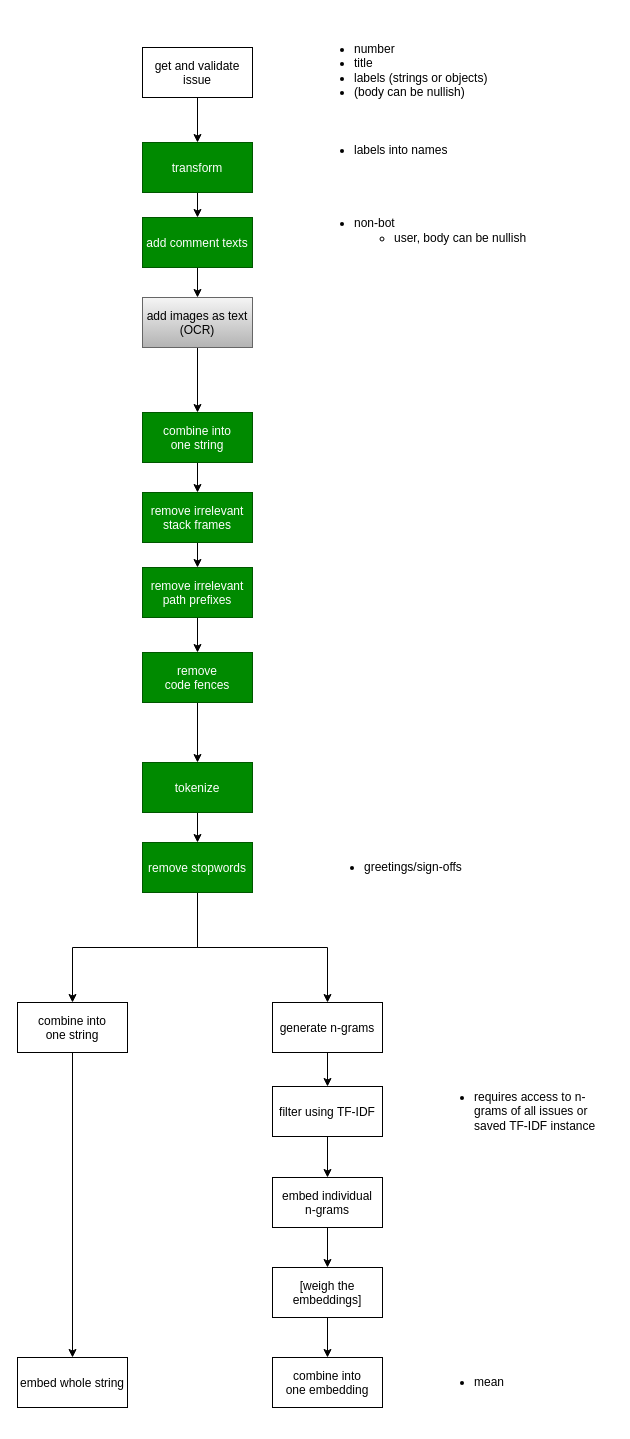
Before: docs/pipeline.drawio in tim-sh/embeddings, a draw.io diagram. Source tidied: cells renumbered, new cells numbered last; positions are measured from the earlier drawing's top-left corner, leaving out a move shared by most shapes. Both pictures are drawn from the tidied source at 100%, with x=0, y=0 at pixel (17, 17).
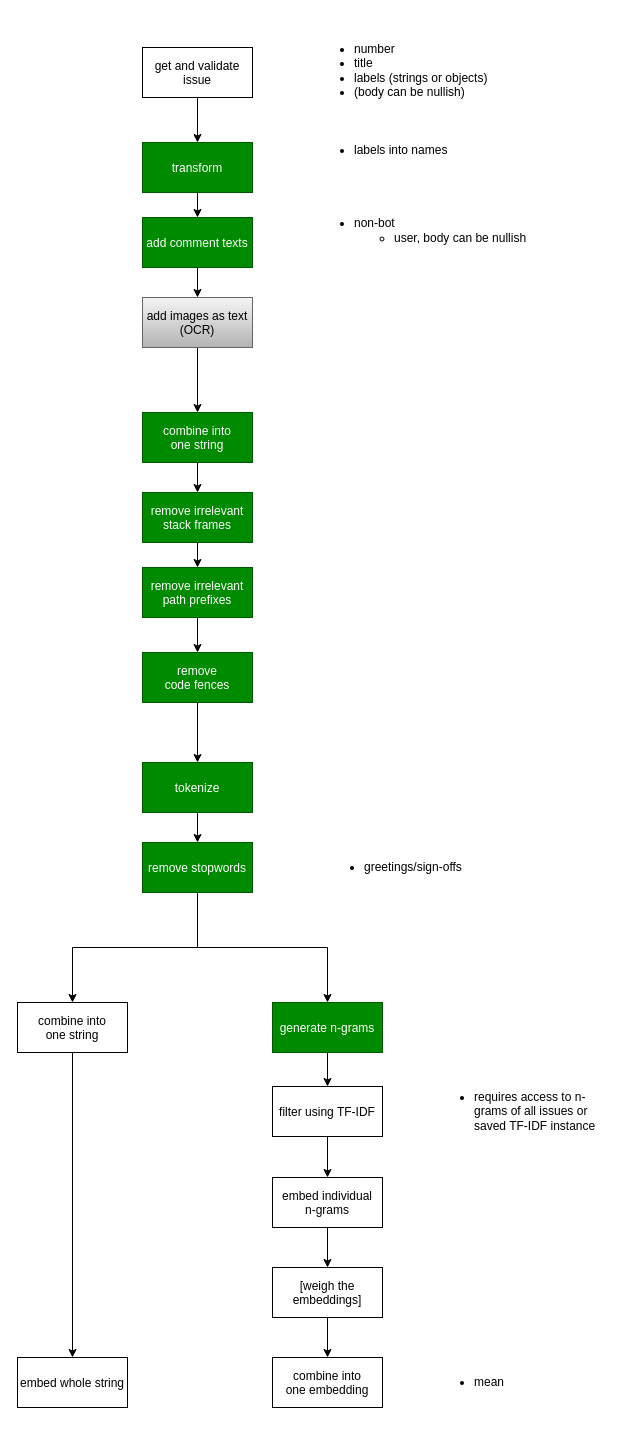
The same diagram, later.

Commit message (it also covers changes not shown here):
Transform tokens to n-grams (#8)

The edit, as a diff of the source:
```diff
@@
-    <mxCell id="20" value="generate n-grams" parent="1" vertex="1">
+    <mxCell id="20" value="generate n-grams" style="fillColor=#008a00;fontColor=#ffffff;strokeColor=#005700;" parent="1" vertex="1">
       <mxGeometry x="255" y="985" width="110" height="50" as="geometry" />
     </mxCell>
```
